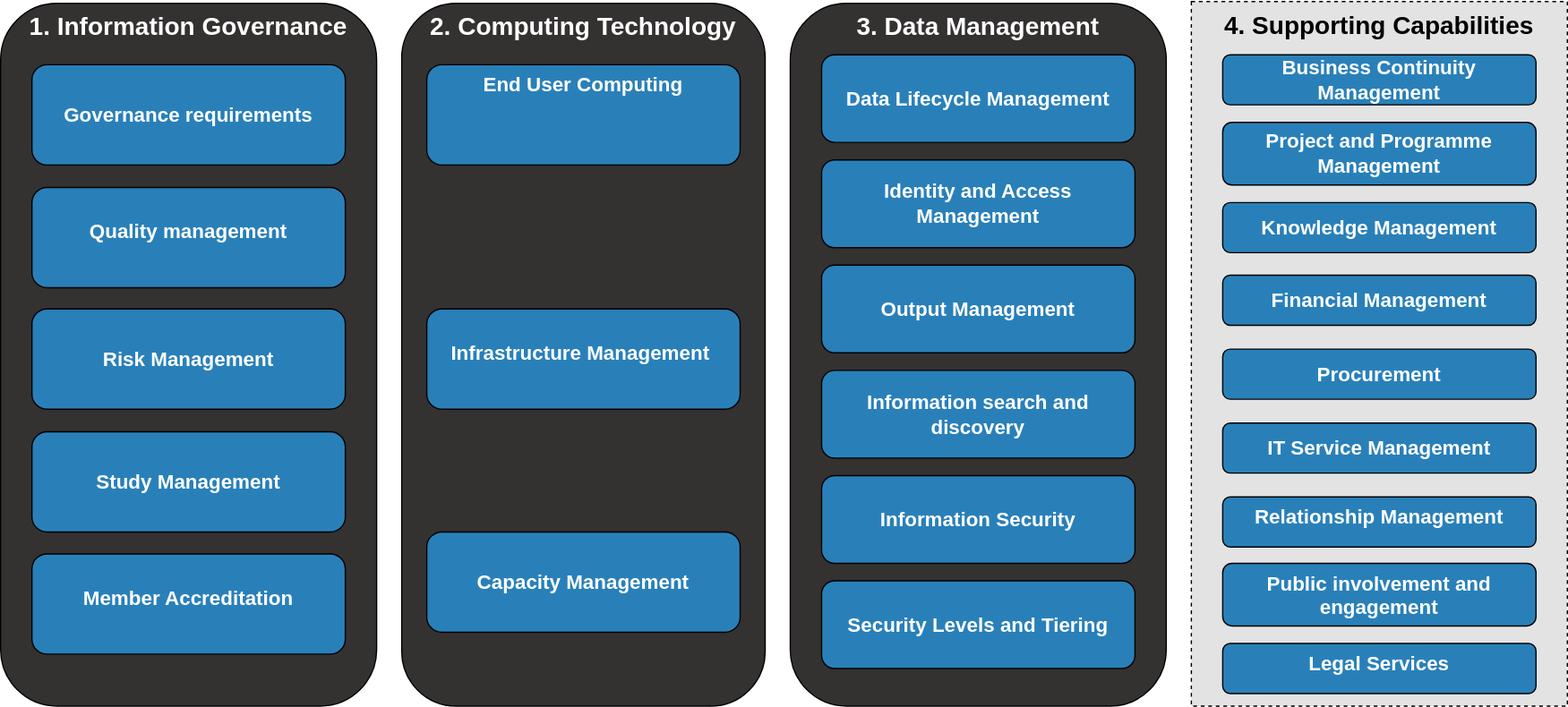
This is docs/images/Capability_Map/full.drawio.svg from sa-tre/satre-specification, a draw.io export, as it was before one commit. Source tidied: cells renumbered, new cells last; positions are measured from the earlier drawing's top-left corner, leaving out a move shared by most shapes.
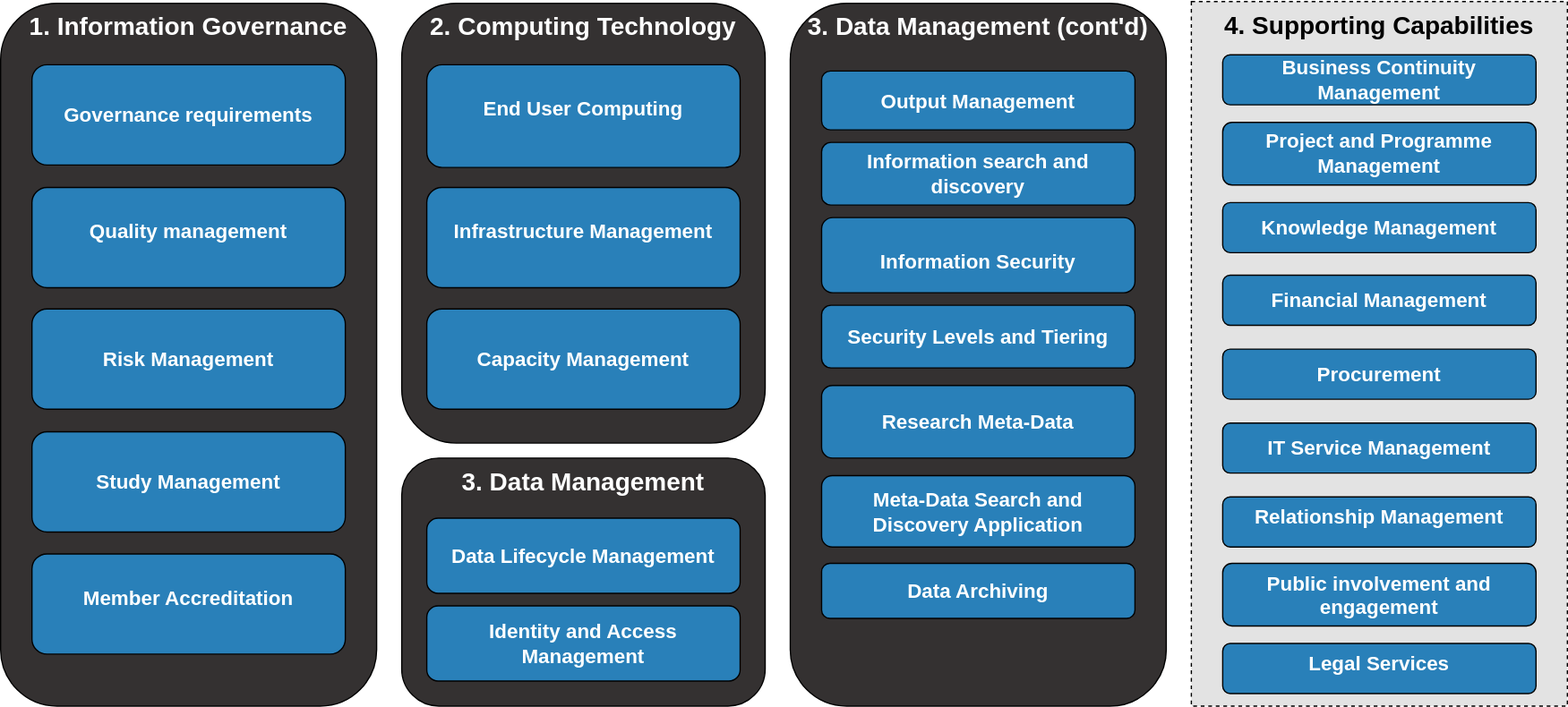
Later version of the same file.

Diff of the diagram source:
```diff
@@ -2,13 +2,16 @@
   <root>
     <mxCell id="0" />
     <mxCell id="1" parent="0" />
+    <mxCell id="30" value="&lt;font color=&quot;#ffffff&quot; style=&quot;font-size: 20px;&quot;&gt;3. Data Management&lt;/font&gt;" style="rounded=1;whiteSpace=wrap;html=1;fillColor=#343131;strokeColor=#000000;verticalAlign=top;fontSize=20;fontStyle=1;" parent="1" vertex="1">
+      <mxGeometry x="320" y="364" width="290" height="198" as="geometry" />
+    </mxCell>
     <mxCell id="2" value="&lt;font color=&quot;#ffffff&quot; style=&quot;font-size: 20px;&quot;&gt;2. Computing Technology&lt;/font&gt;" style="rounded=1;whiteSpace=wrap;html=1;fillColor=#343131;strokeColor=#000000;verticalAlign=top;fontSize=20;fontStyle=1;" parent="1" vertex="1">
-      <mxGeometry x="320" y="1" width="290" height="561" as="geometry" />
+      <mxGeometry x="320" y="1" width="290" height="351" as="geometry" />
     </mxCell>
     <mxCell id="3" value="&lt;font color=&quot;#ffffff&quot; style=&quot;font-size: 20px;&quot;&gt;1. Information Governance&lt;/font&gt;" style="rounded=1;whiteSpace=wrap;html=1;fillColor=#343131;strokeColor=#000000;verticalAlign=top;fontSize=20;fontStyle=1;" parent="1" vertex="1">
       <mxGeometry y="1" width="300" height="561" as="geometry" />
     </mxCell>
-    <mxCell id="4" value="&lt;font color=&quot;#ffffff&quot; style=&quot;font-size: 20px;&quot;&gt;3. Data Management&lt;/font&gt;" style="rounded=1;whiteSpace=wrap;html=1;fillColor=#343131;strokeColor=#000000;verticalAlign=top;fontSize=20;fontStyle=1;gradientColor=none;" parent="1" vertex="1">
+    <mxCell id="4" value="&lt;font color=&quot;#ffffff&quot; style=&quot;font-size: 20px;&quot;&gt;3. Data Management (cont'd)&lt;/font&gt;" style="rounded=1;whiteSpace=wrap;html=1;fillColor=#343131;strokeColor=#000000;verticalAlign=top;fontSize=20;fontStyle=1;gradientColor=none;" parent="1" vertex="1">
       <mxGeometry x="630" y="1" width="300" height="561" as="geometry" />
     </mxCell>
     <mxCell id="5" value="&lt;div&gt;&lt;font style=&quot;font-size: 16px;&quot;&gt;&lt;br&gt;&lt;/font&gt;&lt;/div&gt;&lt;div&gt;&lt;font style=&quot;font-size: 16px;&quot;&gt;Member Accreditation&lt;/font&gt;&lt;/div&gt;" style="rounded=1;whiteSpace=wrap;html=1;fillColor=#2980B9;strokeColor=#000000;verticalAlign=top;fontSize=16;fontStyle=1;fontColor=#FFFFFF;" parent="1" vertex="1">
@@ -18,25 +21,25 @@
       <mxGeometry x="25" y="245" width="250" height="80" as="geometry" />
     </mxCell>
     <mxCell id="7" value="&lt;div&gt;&lt;font style=&quot;font-size: 16px;&quot;&gt;&lt;br&gt;&lt;/font&gt;&lt;/div&gt;&lt;div&gt;&lt;font style=&quot;font-size: 16px;&quot;&gt;Infrastructure Management&amp;nbsp;&lt;/font&gt;&lt;/div&gt;" style="rounded=1;whiteSpace=wrap;html=1;fillColor=#2980B9;strokeColor=#000000;verticalAlign=top;fontSize=16;fontStyle=1;fontColor=#FFFFFF;" parent="1" vertex="1">
-      <mxGeometry x="340" y="245" width="250" height="80" as="geometry" />
+      <mxGeometry x="340" y="148" width="250" height="80" as="geometry" />
     </mxCell>
     <mxCell id="8" value="&lt;font style=&quot;font-size: 16px;&quot;&gt;Capacity Management&lt;/font&gt;" style="rounded=1;whiteSpace=wrap;html=1;fillColor=#2980B9;strokeColor=#000000;fontSize=16;fontStyle=1;fontColor=#FFFFFF;" parent="1" vertex="1">
-      <mxGeometry x="340" y="423" width="250" height="80" as="geometry" />
+      <mxGeometry x="340" y="245" width="250" height="80" as="geometry" />
     </mxCell>
-    <mxCell id="9" value="&lt;font style=&quot;font-size: 16px;&quot;&gt;End User Computing&lt;/font&gt;" style="rounded=1;whiteSpace=wrap;html=1;fillColor=#2980B9;strokeColor=#000000;fontSize=16;fontStyle=1;verticalAlign=top;fontColor=#FFFFFF;" parent="1" vertex="1">
-      <mxGeometry x="340" y="50" width="250" height="80" as="geometry" />
+    <mxCell id="9" value="&lt;div style=&quot;&quot;&gt;&lt;span style=&quot;background-color: initial;&quot;&gt;&lt;br&gt;&lt;/span&gt;&lt;/div&gt;&lt;div style=&quot;&quot;&gt;&lt;span style=&quot;background-color: initial;&quot;&gt;End User Computing&lt;/span&gt;&lt;/div&gt;" style="rounded=1;whiteSpace=wrap;html=1;fillColor=#2980B9;strokeColor=#000000;fontSize=16;fontStyle=1;verticalAlign=top;fontColor=#FFFFFF;align=center;" parent="1" vertex="1">
+      <mxGeometry x="340" y="50" width="250" height="82" as="geometry" />
     </mxCell>
     <mxCell id="10" value="&lt;font style=&quot;font-size: 16px;&quot;&gt;Output Management&lt;/font&gt;" style="rounded=1;whiteSpace=wrap;html=1;fillColor=#2980B9;strokeColor=#000000;fontSize=16;fontStyle=1;fontColor=#FFFFFF;" parent="1" vertex="1">
-      <mxGeometry x="655" y="210" width="250" height="70" as="geometry" />
+      <mxGeometry x="655" y="55" width="250" height="47" as="geometry" />
     </mxCell>
     <mxCell id="11" value="&lt;font style=&quot;font-size: 16px;&quot;&gt;Identity and Access Management&lt;/font&gt;" style="rounded=1;whiteSpace=wrap;html=1;fillColor=#2980B9;strokeColor=#000000;fontSize=16;fontStyle=1;fontColor=#FFFFFF;" parent="1" vertex="1">
-      <mxGeometry x="655" y="126" width="250" height="70" as="geometry" />
+      <mxGeometry x="340" y="482" width="250" height="60" as="geometry" />
     </mxCell>
     <mxCell id="12" value="&lt;font style=&quot;font-size: 16px;&quot;&gt;Data Lifecycle Management&lt;/font&gt;" style="rounded=1;whiteSpace=wrap;html=1;fillColor=#2980B9;strokeColor=#000000;fontSize=16;fontStyle=1;fontColor=#FFFFFF;" parent="1" vertex="1">
-      <mxGeometry x="655" y="42" width="250" height="70" as="geometry" />
+      <mxGeometry x="340" y="412" width="250" height="60" as="geometry" />
     </mxCell>
-    <mxCell id="13" value="&lt;br&gt;&lt;div&gt;&lt;font style=&quot;font-size: 16px;&quot;&gt;Information Security&lt;/font&gt;&lt;/div&gt;" style="rounded=1;whiteSpace=wrap;html=1;fillColor=#2980B9;strokeColor=#000000;verticalAlign=top;fontSize=16;fontStyle=1;fontColor=#FFFFFF;" parent="1" vertex="1">
-      <mxGeometry x="655" y="378" width="250" height="70" as="geometry" />
+    <mxCell id="13" value="&lt;span style=&quot;background-color: initial;&quot;&gt;&lt;br&gt;Information Security&lt;/span&gt;" style="rounded=1;whiteSpace=wrap;html=1;fillColor=#2980B9;strokeColor=#000000;verticalAlign=top;fontSize=16;fontStyle=1;fontColor=#FFFFFF;" parent="1" vertex="1">
+      <mxGeometry x="655" y="172" width="250" height="60" as="geometry" />
     </mxCell>
     <mxCell id="14" value="Governance requirements" style="rounded=1;whiteSpace=wrap;html=1;fillColor=#2980B9;strokeColor=#000000;fontSize=16;fontStyle=1;fontColor=#FFFFFF;" parent="1" vertex="1">
       <mxGeometry x="25" y="50" width="250" height="80" as="geometry" />
@@ -45,7 +48,7 @@
       <mxGeometry x="25" y="148" width="250" height="80" as="geometry" />
     </mxCell>
     <mxCell id="16" value="&lt;font style=&quot;font-size: 16px;&quot;&gt;Information search and discovery&lt;/font&gt;" style="rounded=1;whiteSpace=wrap;html=1;fillColor=#2980B9;strokeColor=#000000;fontSize=16;fontStyle=1;fontColor=#FFFFFF;" parent="1" vertex="1">
-      <mxGeometry x="655" y="294" width="250" height="70" as="geometry" />
+      <mxGeometry x="655" y="112" width="250" height="50" as="geometry" />
     </mxCell>
     <mxCell id="17" value="&lt;font style=&quot;font-size: 20px;&quot;&gt;4. Supporting Capabilities&lt;/font&gt;" style="rounded=0;whiteSpace=wrap;html=1;verticalAlign=top;dashed=1;fontSize=20;fontStyle=1;fillColor=#E3E3E3;strokeColor=#000000;" parent="1" vertex="1">
       <mxGeometry x="950" y="-0.5" width="300" height="562.5" as="geometry" />
@@ -75,7 +78,7 @@
       <mxGeometry x="975" y="160" width="250" height="40" as="geometry" />
     </mxCell>
     <mxCell id="26" value="&lt;font style=&quot;font-size: 16px;&quot;&gt;Security Levels and Tiering&lt;/font&gt;" style="rounded=1;whiteSpace=wrap;html=1;fillColor=#2980B9;strokeColor=#000000;fontSize=16;fontStyle=1;fontColor=#FFFFFF;" parent="1" vertex="1">
-      <mxGeometry x="655" y="462" width="250" height="70" as="geometry" />
+      <mxGeometry x="655" y="242" width="250" height="50" as="geometry" />
     </mxCell>
     <mxCell id="27" style="edgeStyle=orthogonalEdgeStyle;rounded=0;orthogonalLoop=1;jettySize=auto;html=1;exitX=0.5;exitY=1;exitDx=0;exitDy=0;" parent="1" edge="1" source="15" target="15">
       <mxGeometry relative="1" as="geometry" />
@@ -86,5 +89,14 @@
     <mxCell id="29" value="&lt;div&gt;Public involvement and engagement&lt;/div&gt;" style="rounded=1;whiteSpace=wrap;html=1;fillColor=#2980B9;strokeColor=#000000;verticalAlign=top;fontSize=16;fontStyle=1;fontColor=#FFFFFF;" parent="1" vertex="1">
       <mxGeometry x="975" y="448" width="250" height="50" as="geometry" />
     </mxCell>
+    <mxCell id="31" value="&lt;font style=&quot;font-size: 16px;&quot;&gt;Research Meta-Data&lt;/font&gt;" style="rounded=1;whiteSpace=wrap;html=1;fillColor=#2980B9;strokeColor=#000000;fontSize=16;fontStyle=1;fontColor=#FFFFFF;" parent="1" vertex="1">
+      <mxGeometry x="655" y="306" width="250" height="58" as="geometry" />
+    </mxCell>
+    <mxCell id="32" value="&lt;font style=&quot;font-size: 16px;&quot;&gt;Meta-Data Search and Discovery Application&lt;/font&gt;" style="rounded=1;whiteSpace=wrap;html=1;fillColor=#2980B9;strokeColor=#000000;fontSize=16;fontStyle=1;fontColor=#FFFFFF;" parent="1" vertex="1">
+      <mxGeometry x="655" y="378" width="250" height="57" as="geometry" />
+    </mxCell>
+    <mxCell id="33" value="&lt;font style=&quot;font-size: 16px;&quot;&gt;Data Archiving&lt;/font&gt;" style="rounded=1;whiteSpace=wrap;html=1;fillColor=#2980B9;strokeColor=#000000;fontSize=16;fontStyle=1;fontColor=#FFFFFF;" parent="1" vertex="1">
+      <mxGeometry x="655" y="448" width="250" height="44" as="geometry" />
+    </mxCell>
   </root>
 </mxGraphModel>
```
